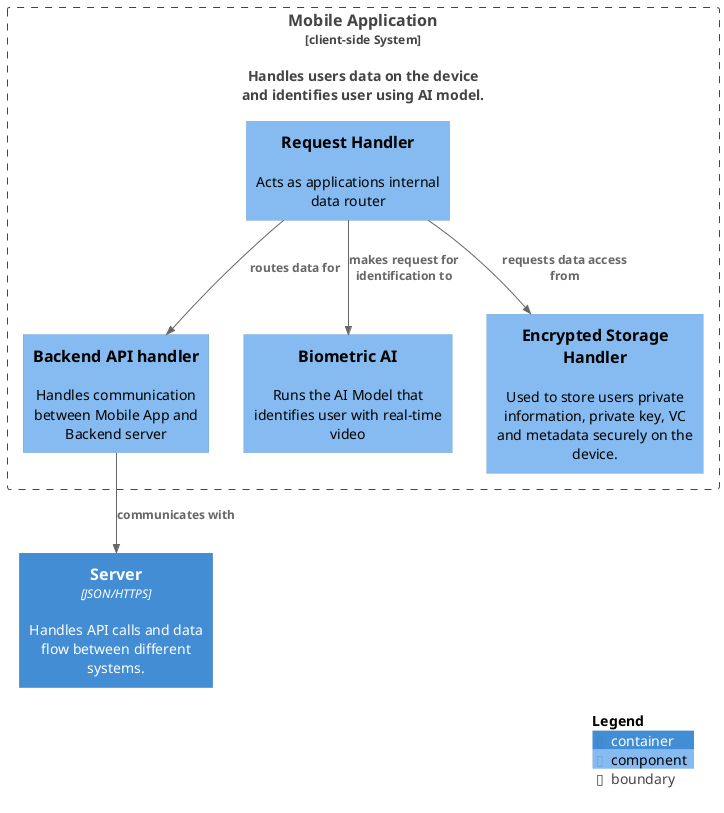
Above: images/MobileComponent.png in Dorfultariant/Architecture_Diagrams (PlantUML), before the change. The source it was exported from:
```plantuml
@startuml
!include https://raw.githubusercontent.com/plantuml-stdlib/C4-PlantUML/master/C4_Component.puml

Container(backend, "Server", "JSON/HTTPS", "Handles API calls and data flow between different systems.")

Boundary(mobile_dev, "Mobile Application", "client-side System", "", "", "Handles users data on the device and identifies user using AI model.") {

    Component(RH, "Request Handler", "", "Acts as applications internal data router")
    Component(Backend_API, "Backend API handler", "", "Handles communication between Mobile App and Backend server")
    Component(Biometric_AI, "Biometric AI", "", "Runs the AI Model that identifies user with real-time video")
    Component(enc_fs, "Encrypted Storage Handler", "", "Used to store users private information, private key, VC and metadata securely on the device.")

    Rel(RH, Backend_API, "routes data for")
    Rel(RH, Biometric_AI, "makes request for identification to")
    Rel(RH, enc_fs, "requests data access from")
    Rel(Backend_API, backend, "communicates with")
}

SHOW_LEGEND()

@enduml
```
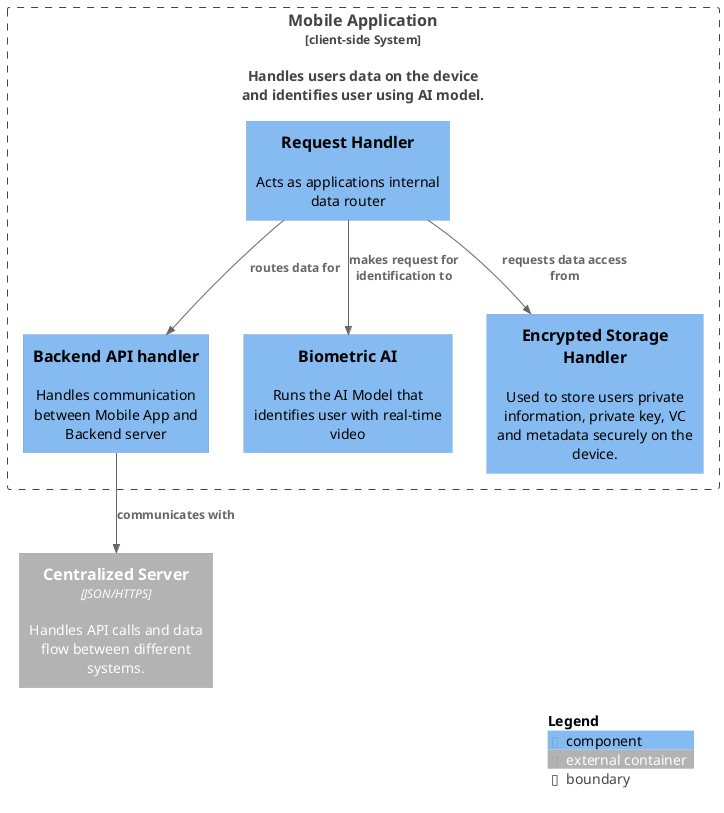
The same file after the commit.

Diff of the diagram source:
```diff
@@ -1,7 +1,7 @@
 @startuml
 !include https://raw.githubusercontent.com/plantuml-stdlib/C4-PlantUML/master/C4_Component.puml
 
-Container(backend, "Server", "JSON/HTTPS", "Handles API calls and data flow between different systems.")
+Container_Ext(backend, "Centralized Server", "JSON/HTTPS", "Handles API calls and data flow between different systems.")
 
 Boundary(mobile_dev, "Mobile Application", "client-side System", "", "", "Handles users data on the device and identifies user using AI model.") {
 
```
